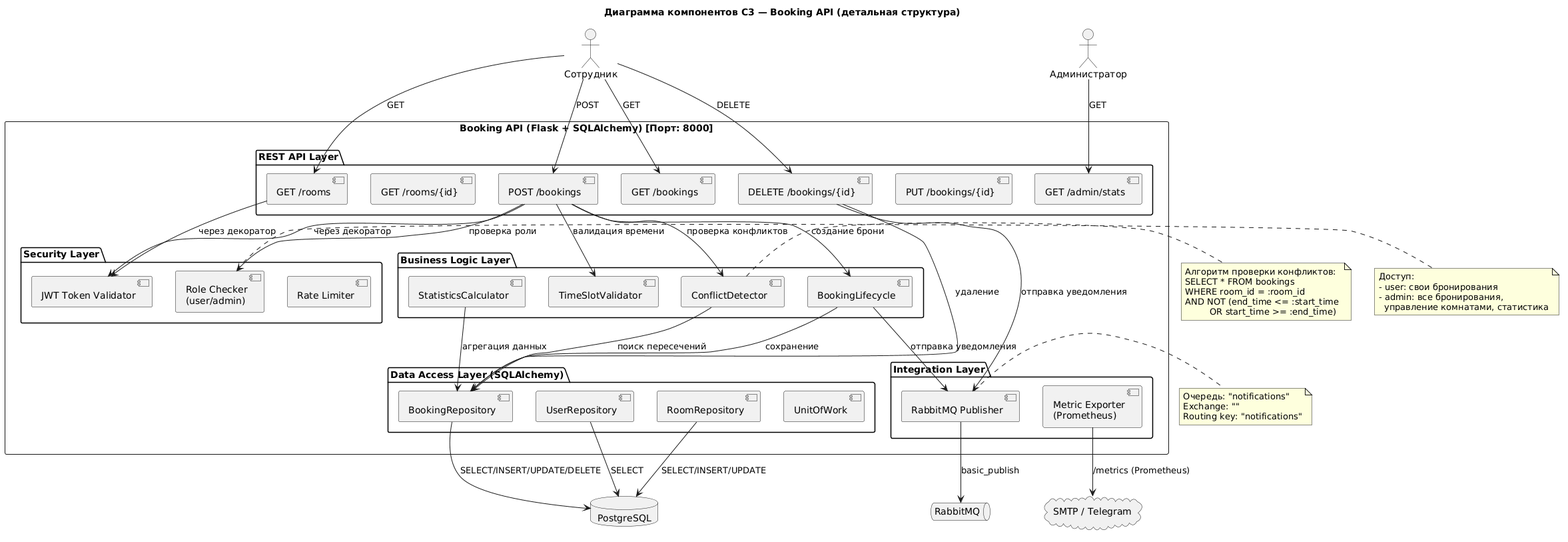
Before: practice_9/diagrams/component.png, a diagram exported from PlantUML (SurgeonMPT/IPORiPIS_Prac_9_12).
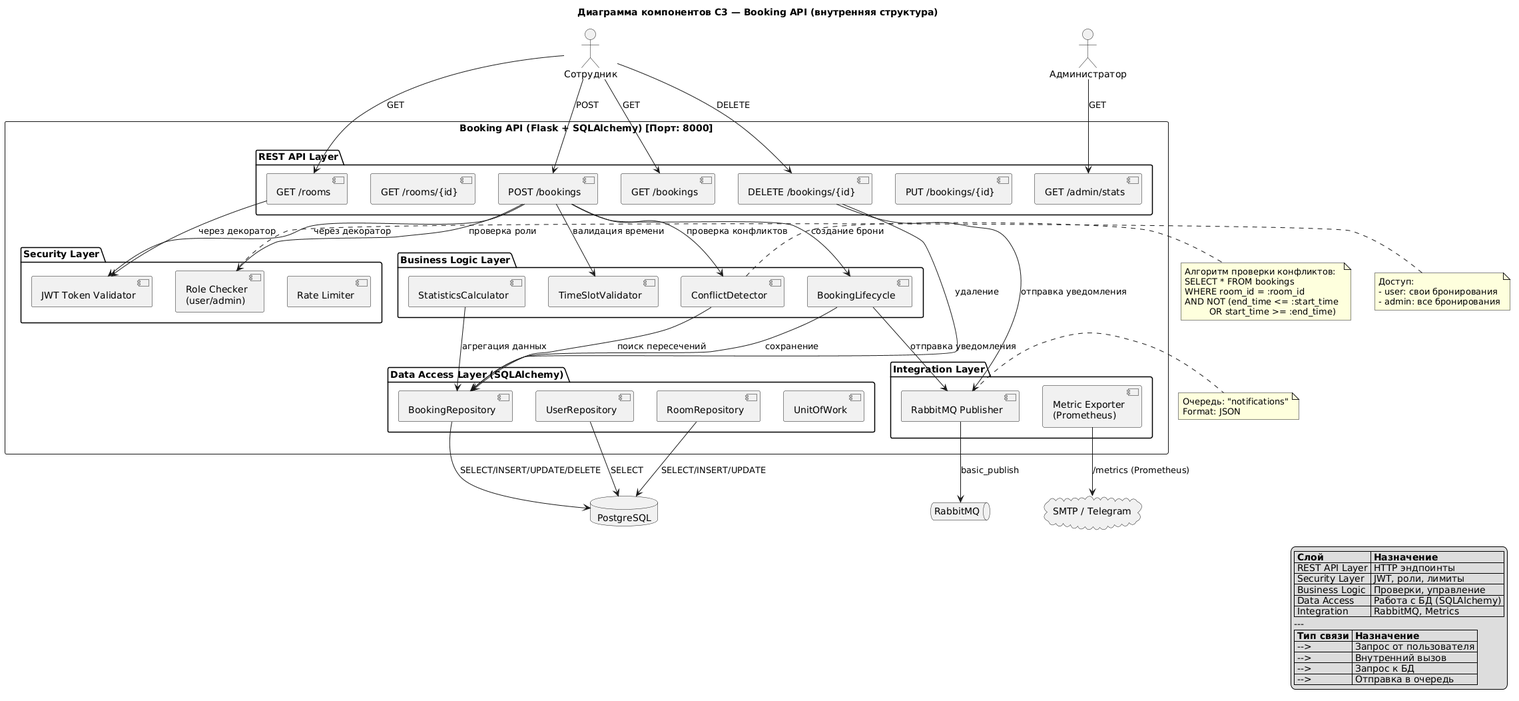
Later version of the same file.

Change to the diagram source:
```diff
@@ -1,5 +1,5 @@
 @startuml
-title Диаграмма компонентов C3 — Booking API (детальная структура)
+title Диаграмма компонентов C3 — Booking API (внутренняя структура)
 
 rectangle "Booking API (Flask + SQLAlchemy) [Порт: 8000]" {
 
@@ -84,14 +84,27 @@
 
 note right of RMQPublisher
   Очередь: "notifications"
-  Exchange: ""
-  Routing key: "notifications"
+  Format: JSON
 end note
 
 note left of RoleChecker
   Доступ:
   - user: свои бронирования
-  - admin: все бронирования,
-    управление комнатами, статистика
+  - admin: все бронирования
 end note
+
+legend right
+  | <b>Слой</b> | <b>Назначение</b> |
+  | REST API Layer | HTTP эндпоинты |
+  | Security Layer | JWT, роли, лимиты |
+  | Business Logic | Проверки, управление |
+  | Data Access | Работа с БД (SQLAlchemy) |
+  | Integration | RabbitMQ, Metrics |
+  ---
+  | <b>Тип связи</b> | <b>Назначение</b> |
+  | --> | Запрос от пользователя |
+  | --> | Внутренний вызов |
+  | --> | Запрос к БД |
+  | --> | Отправка в очередь |
+endlegend
 @enduml
```
